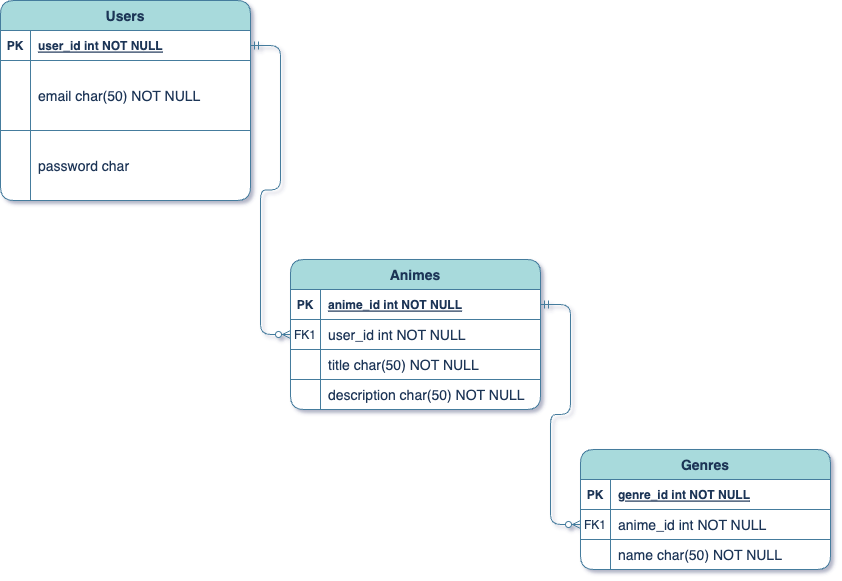
t-hendricks/anime-spring-boot-api keeps this draw.io diagram as images/favAnime-ERD.png. Above is the earlier version. Source tidied: cells renumbered, new cells last; positions are measured from the earlier drawing's top-left corner, leaving out a move shared by most shapes.
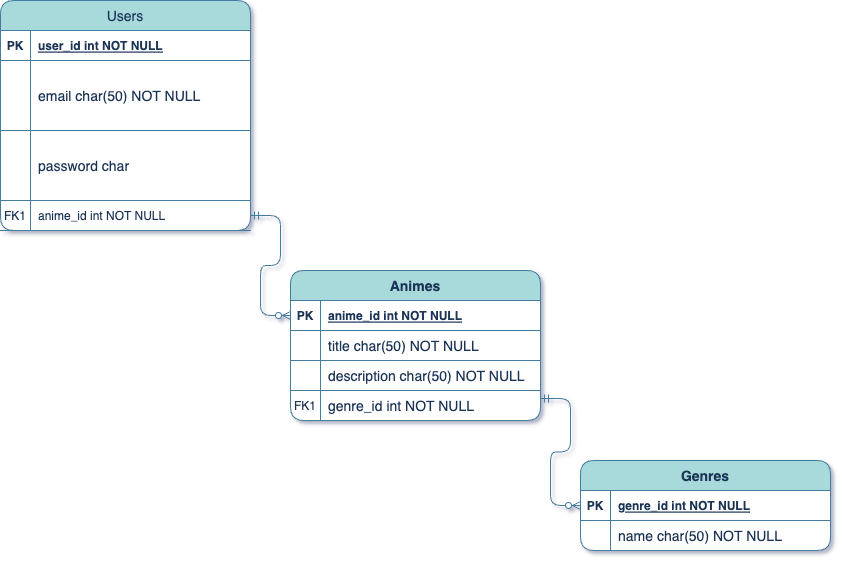
The same diagram one commit later.

What changed in the source:
```diff
@@ -2,7 +2,7 @@
   <root>
     <mxCell id="0" />
     <mxCell id="1" parent="0" />
-    <mxCell id="2" style="edgeStyle=entityRelationEdgeStyle;endArrow=ERzeroToMany;startArrow=ERmandOne;endFill=1;startFill=0;rounded=1;labelBackgroundColor=none;strokeColor=#457B9D;fontColor=default;" parent="1" edge="1" source="27" target="7">
+    <mxCell id="2" style="edgeStyle=entityRelationEdgeStyle;endArrow=ERzeroToMany;startArrow=ERmandOne;endFill=1;startFill=0;rounded=1;labelBackgroundColor=none;strokeColor=#457B9D;fontColor=default;entryX=0;entryY=0.5;entryDx=0;entryDy=0;exitX=1;exitY=0.5;exitDx=0;exitDy=0;" parent="1" edge="1" source="37" target="4">
       <mxGeometry relative="1" as="geometry" />
     </mxCell>
     <mxCell id="3" value="Animes" style="shape=table;startSize=30;rowLines=1;fontStyle=1;align=center;fontSize=14;fillColor=#A8DADC;strokeColor=#457B9D;swimlaneFillColor=default;rounded=1;labelBackgroundColor=none;fontColor=#1D3557;" parent="1" vertex="1">
@@ -17,17 +17,8 @@
     <mxCell id="6" value="anime_id int NOT NULL " style="shape=partialRectangle;overflow=hidden;fillColor=none;top=0;left=0;bottom=0;right=0;align=left;spacingLeft=6;fontStyle=5;rounded=1;labelBackgroundColor=none;strokeColor=#457B9D;fontColor=#1D3557;" parent="4" vertex="1">
       <mxGeometry x="30" width="220" height="30" as="geometry" />
     </mxCell>
-    <mxCell id="7" style="shape=partialRectangle;fillColor=none;points=[[0,0.5],[1,0.5]];portConstraint=eastwest;top=0;left=0;right=0;bottom=0;rounded=1;labelBackgroundColor=none;strokeColor=#457B9D;fontColor=#1D3557;" parent="3" vertex="1">
-      <mxGeometry y="60" width="250" height="30" as="geometry" />
-    </mxCell>
-    <mxCell id="8" value="FK1" style="shape=partialRectangle;overflow=hidden;fillColor=none;top=0;left=0;bottom=0;right=0;rounded=1;labelBackgroundColor=none;strokeColor=#457B9D;fontColor=#1D3557;" parent="7" vertex="1">
-      <mxGeometry width="30" height="30" as="geometry" />
-    </mxCell>
-    <mxCell id="9" value="user_id int NOT NULL" style="shape=partialRectangle;overflow=hidden;fillColor=none;top=0;left=0;bottom=0;right=0;align=left;spacingLeft=6;fontSize=14;rounded=1;labelBackgroundColor=none;strokeColor=#457B9D;fontColor=#1D3557;" parent="7" vertex="1">
-      <mxGeometry x="30" width="220" height="30" as="geometry" />
-    </mxCell>
     <mxCell id="10" style="shape=partialRectangle;fillColor=none;top=0;left=0;right=0;bottom=0;rounded=1;labelBackgroundColor=none;strokeColor=#457B9D;fontColor=#1D3557;" parent="3" vertex="1">
-      <mxGeometry y="90" width="250" height="30" as="geometry" />
+      <mxGeometry y="60" width="250" height="30" as="geometry" />
     </mxCell>
     <mxCell id="11" style="shape=partialRectangle;overflow=hidden;fillColor=none;top=0;left=0;bottom=0;right=0;rounded=1;labelBackgroundColor=none;strokeColor=#457B9D;fontColor=#1D3557;" parent="10" vertex="1">
       <mxGeometry width="30" height="30" as="geometry" />
@@ -36,7 +27,7 @@
       <mxGeometry x="30" width="220" height="30" as="geometry" />
     </mxCell>
     <mxCell id="13" style="shape=partialRectangle;fillColor=none;top=0;left=0;right=0;bottom=0;rounded=1;labelBackgroundColor=none;strokeColor=#457B9D;fontColor=#1D3557;" parent="3" vertex="1">
-      <mxGeometry y="120" width="250" height="30" as="geometry" />
+      <mxGeometry y="90" width="250" height="30" as="geometry" />
     </mxCell>
     <mxCell id="14" style="shape=partialRectangle;overflow=hidden;fillColor=none;top=0;left=0;bottom=0;right=0;rounded=1;labelBackgroundColor=none;strokeColor=#457B9D;fontColor=#1D3557;" parent="13" vertex="1">
       <mxGeometry width="30" height="30" as="geometry" />
@@ -44,8 +35,17 @@
     <mxCell id="15" value="description char(50) NOT NULL" style="shape=partialRectangle;overflow=hidden;fillColor=none;top=0;left=0;bottom=0;right=0;align=left;spacingLeft=6;fontSize=14;rounded=1;labelBackgroundColor=none;strokeColor=#457B9D;fontColor=#1D3557;" parent="13" vertex="1">
       <mxGeometry x="30" width="220" height="30" as="geometry" />
     </mxCell>
+    <mxCell id="7" style="shape=partialRectangle;fillColor=none;points=[[0,0.5],[1,0.5]];portConstraint=eastwest;top=0;left=0;right=0;bottom=0;rounded=1;labelBackgroundColor=none;strokeColor=#457B9D;fontColor=#1D3557;" parent="3" vertex="1">
+      <mxGeometry y="120" width="250" height="30" as="geometry" />
+    </mxCell>
+    <mxCell id="8" value="FK1" style="shape=partialRectangle;overflow=hidden;fillColor=none;top=0;left=0;bottom=0;right=0;rounded=1;labelBackgroundColor=none;strokeColor=#457B9D;fontColor=#1D3557;" parent="7" vertex="1">
+      <mxGeometry width="30" height="30" as="geometry" />
+    </mxCell>
+    <mxCell id="9" value="genre_id int NOT NULL" style="shape=partialRectangle;overflow=hidden;fillColor=none;top=0;left=0;bottom=0;right=0;align=left;spacingLeft=6;fontSize=14;rounded=1;labelBackgroundColor=none;strokeColor=#457B9D;fontColor=#1D3557;" parent="7" vertex="1">
+      <mxGeometry x="30" width="220" height="30" as="geometry" />
+    </mxCell>
     <mxCell id="16" value="Genres" style="shape=table;startSize=30;rowLines=1;fontStyle=1;align=center;fontSize=14;swimlaneFillColor=default;fillColor=#A8DADC;strokeColor=#457B9D;rounded=1;labelBackgroundColor=none;fontColor=#1D3557;" parent="1" vertex="1">
-      <mxGeometry x="580" y="449" width="250" height="120" as="geometry" />
+      <mxGeometry x="580" y="449" width="250" height="90" as="geometry" />
     </mxCell>
     <mxCell id="17" style="shape=partialRectangle;fillColor=none;top=0;left=0;right=0;bottom=1;rounded=1;labelBackgroundColor=none;strokeColor=#457B9D;fontColor=#1D3557;" parent="16" vertex="1">
       <mxGeometry y="30" width="250" height="30" as="geometry" />
@@ -56,17 +56,8 @@
     <mxCell id="19" value="genre_id int NOT NULL " style="shape=partialRectangle;overflow=hidden;fillColor=none;top=0;left=0;bottom=0;right=0;align=left;spacingLeft=6;fontStyle=5;rounded=1;labelBackgroundColor=none;strokeColor=#457B9D;fontColor=#1D3557;" parent="17" vertex="1">
       <mxGeometry x="30" width="220" height="30" as="geometry" />
     </mxCell>
-    <mxCell id="20" style="shape=partialRectangle;fillColor=none;points=[[0,0.5],[1,0.5]];portConstraint=eastwest;top=0;left=0;right=0;bottom=0;rounded=1;labelBackgroundColor=none;strokeColor=#457B9D;fontColor=#1D3557;" parent="16" vertex="1">
-      <mxGeometry y="60" width="250" height="30" as="geometry" />
-    </mxCell>
-    <mxCell id="21" value="FK1" style="shape=partialRectangle;overflow=hidden;fillColor=none;top=0;left=0;bottom=0;right=0;rounded=1;labelBackgroundColor=none;strokeColor=#457B9D;fontColor=#1D3557;" parent="20" vertex="1">
-      <mxGeometry width="30" height="30" as="geometry" />
-    </mxCell>
-    <mxCell id="22" value="anime_id int NOT NULL" style="shape=partialRectangle;overflow=hidden;fillColor=none;top=0;left=0;bottom=0;right=0;align=left;spacingLeft=6;fontSize=14;rounded=1;labelBackgroundColor=none;strokeColor=#457B9D;fontColor=#1D3557;" parent="20" vertex="1">
-      <mxGeometry x="30" width="220" height="30" as="geometry" />
-    </mxCell>
     <mxCell id="23" style="shape=partialRectangle;fillColor=none;top=0;left=0;right=0;bottom=0;rounded=1;labelBackgroundColor=none;strokeColor=#457B9D;fontColor=#1D3557;" parent="16" vertex="1">
-      <mxGeometry y="90" width="250" height="30" as="geometry" />
+      <mxGeometry y="60" width="250" height="30" as="geometry" />
     </mxCell>
     <mxCell id="24" style="shape=partialRectangle;overflow=hidden;fillColor=none;top=0;left=0;bottom=0;right=0;rounded=1;labelBackgroundColor=none;strokeColor=#457B9D;fontColor=#1D3557;" parent="23" vertex="1">
       <mxGeometry width="30" height="30" as="geometry" />
@@ -74,8 +65,8 @@
     <mxCell id="25" value="name char(50) NOT NULL" style="shape=partialRectangle;overflow=hidden;fillColor=none;top=0;left=0;bottom=0;right=0;align=left;spacingLeft=6;fontSize=14;rounded=1;labelBackgroundColor=none;strokeColor=#457B9D;fontColor=#1D3557;" parent="23" vertex="1">
       <mxGeometry x="30" width="220" height="30" as="geometry" />
     </mxCell>
-    <mxCell id="26" value="Users" style="shape=table;startSize=30;rowLines=1;fontStyle=1;align=center;fontSize=14;fillColor=#A8DADC;strokeColor=#457B9D;swimlaneFillColor=default;rounded=1;labelBackgroundColor=none;fontColor=#1D3557;" parent="1" vertex="1">
-      <mxGeometry width="250" height="200" as="geometry" />
+    <mxCell id="26" value="Users" style="shape=table;startSize=30;rowLines=1;fontStyle=0;align=center;fontSize=14;fillColor=#A8DADC;strokeColor=#457B9D;swimlaneFillColor=default;rounded=1;labelBackgroundColor=none;fontColor=#1D3557;" parent="1" vertex="1">
+      <mxGeometry y="-11" width="250" height="230" as="geometry" />
     </mxCell>
     <mxCell id="27" style="shape=partialRectangle;fillColor=none;points=[[0,0.5],[1,0.5]];portConstraint=eastwest;top=0;left=0;right=0;bottom=1;rounded=1;labelBackgroundColor=none;strokeColor=#457B9D;fontColor=#1D3557;" parent="26" vertex="1">
       <mxGeometry y="30" width="250" height="30" as="geometry" />
@@ -104,8 +95,19 @@
     <mxCell id="35" value="password char" style="shape=partialRectangle;overflow=hidden;fillColor=none;top=0;left=0;bottom=0;right=0;align=left;spacingLeft=6;fontSize=14;rounded=1;labelBackgroundColor=none;strokeColor=#457B9D;fontColor=#1D3557;" parent="33" vertex="1">
       <mxGeometry x="30" width="220" height="70" as="geometry" />
     </mxCell>
+    <mxCell id="37" style="shape=partialRectangle;fillColor=none;points=[[0,0.5],[1,0.5]];portConstraint=eastwest;top=0;left=0;right=0;bottom=1;rounded=1;labelBackgroundColor=none;strokeColor=#457B9D;fontColor=#1D3557;" parent="26" vertex="1">
+      <mxGeometry y="200" width="250" height="30" as="geometry" />
+    </mxCell>
+    <mxCell id="21" value="FK1" style="shape=partialRectangle;overflow=hidden;fillColor=none;top=0;left=0;bottom=0;right=0;fontStyle=0;rounded=1;labelBackgroundColor=none;strokeColor=#457B9D;fontColor=#1D3557;" parent="37" vertex="1">
+      <mxGeometry width="30" height="30" as="geometry" />
+    </mxCell>
+    <mxCell id="22" value="anime_id int NOT NULL" style="shape=partialRectangle;overflow=hidden;fillColor=none;top=0;left=0;bottom=0;right=0;align=left;spacingLeft=6;fontStyle=0;rounded=1;labelBackgroundColor=none;strokeColor=#457B9D;fontColor=#1D3557;" parent="37" vertex="1">
+      <mxGeometry x="30" width="220" height="30" as="geometry" />
+    </mxCell>
-    <mxCell id="36" style="edgeStyle=entityRelationEdgeStyle;fontSize=12;html=1;endArrow=ERzeroToMany;startArrow=ERmandOne;rounded=1;exitX=1;exitY=0.5;exitDx=0;exitDy=0;entryX=0;entryY=0.5;entryDx=0;entryDy=0;labelBackgroundColor=none;strokeColor=#457B9D;fontColor=default;" parent="1" edge="1" source="4" target="20">
-      <mxGeometry relative="1" as="geometry" />
+    <mxCell id="36" style="edgeStyle=entityRelationEdgeStyle;fontSize=12;html=1;endArrow=ERzeroToMany;startArrow=ERmandOne;rounded=1;labelBackgroundColor=none;strokeColor=#457B9D;fontColor=default;exitX=1;exitY=0.267;exitDx=0;exitDy=0;exitPerimeter=0;" parent="1" edge="1" source="7">
+      <mxGeometry relative="1" as="geometry">
+        <mxPoint x="580" y="494" as="targetPoint" />
+      </mxGeometry>
     </mxCell>
   </root>
 </mxGraphModel>
```
